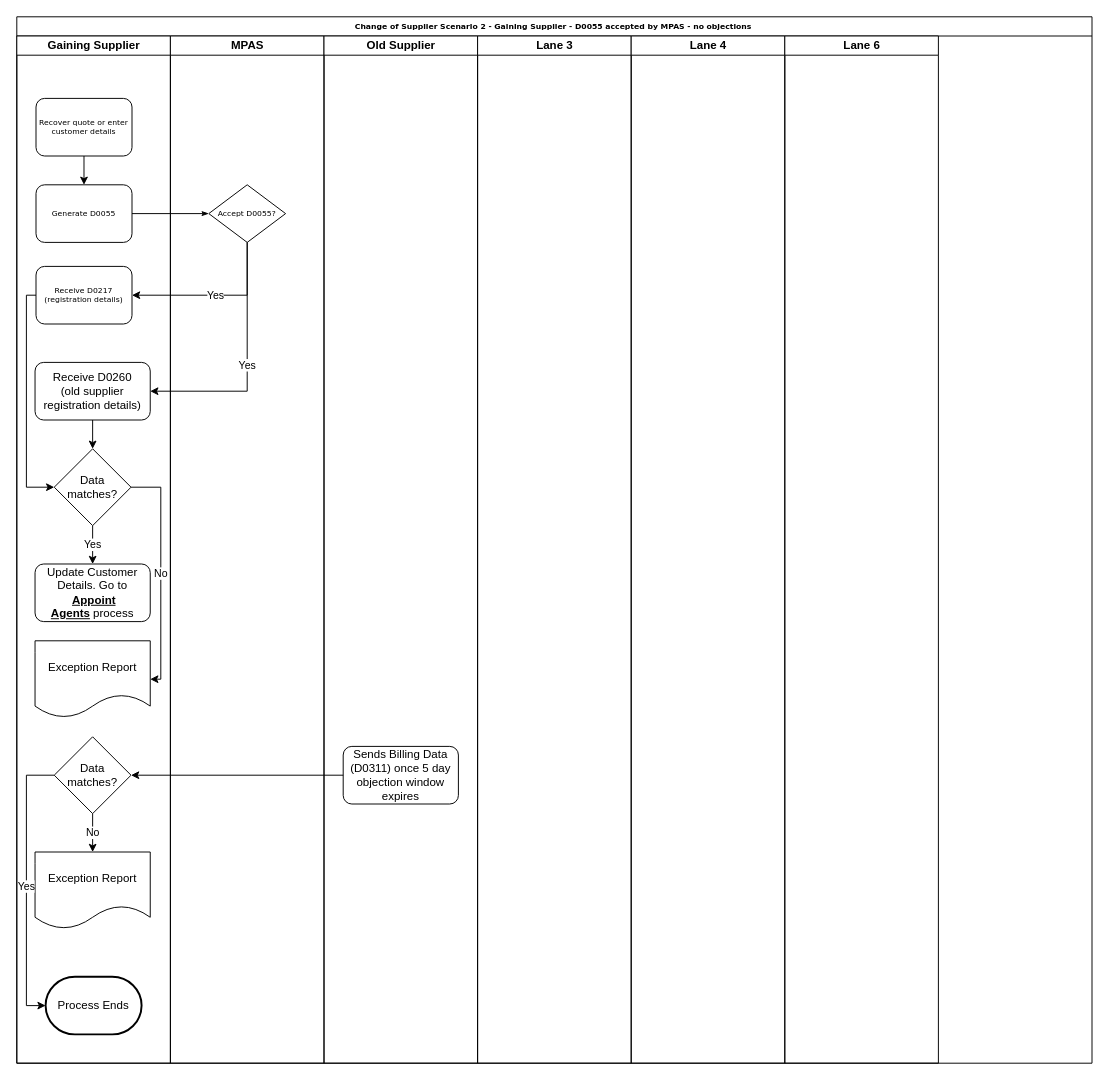
Above: Gaining Customer Electricity Scenario 2.drawio in andykanu/energy-business-processes (draw.io), before the change. Source tidied: cells renumbered, new cells numbered last; positions are measured from the earlier drawing's top-left corner, leaving out a move shared by most shapes. Both pictures are drawn from the tidied source at 96%, with x=0, y=0 at pixel (16, 16).
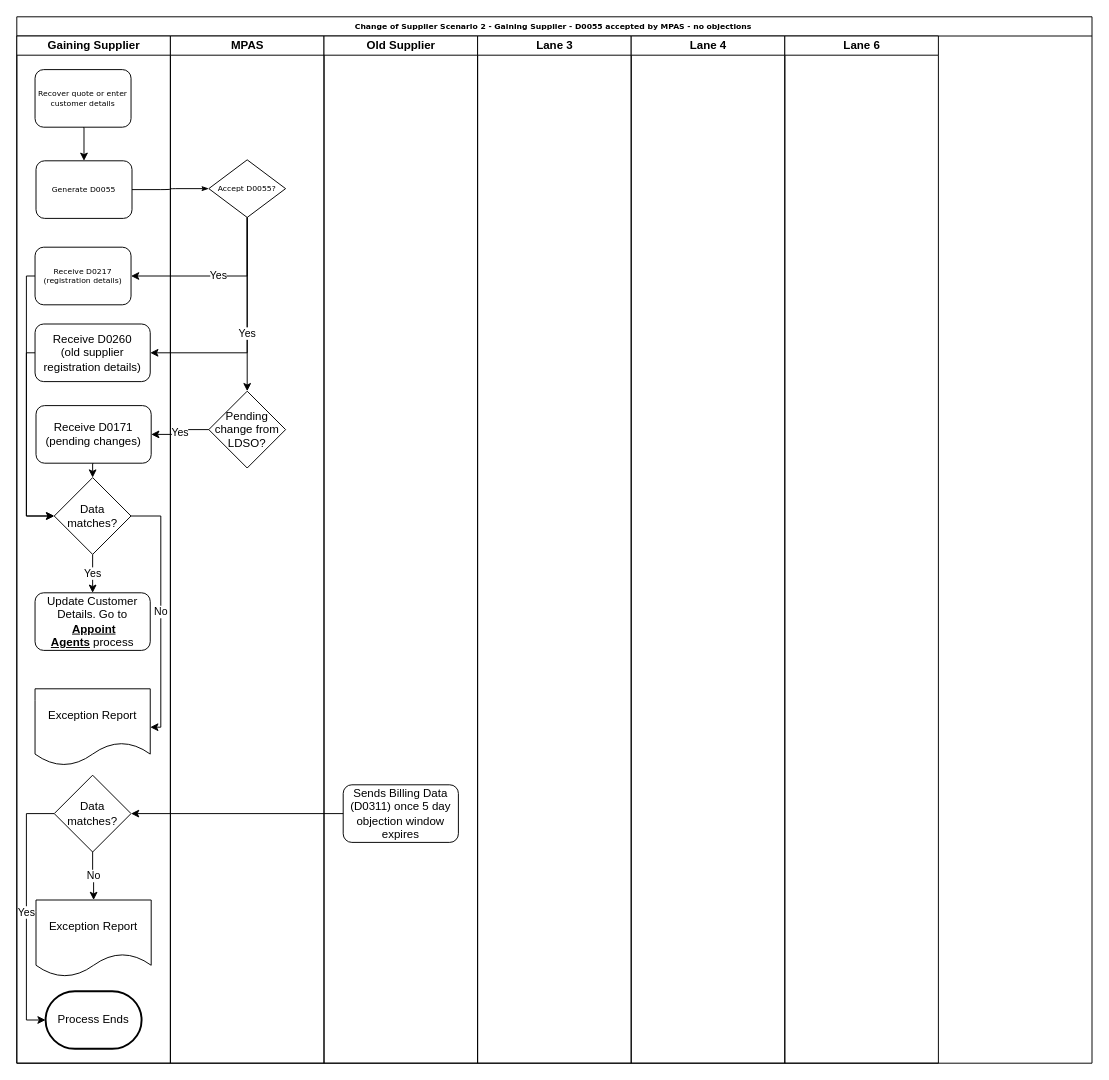
Above is the later version.

Unchanged cells that the change refers to:
```xml
<mxCell id="2" value="Change of Supplier Scenario 2 - Gaining Supplier - D0055 accepted by MPAS - no objections&amp;nbsp;" style="swimlane;html=1;startSize=20;rounded=0;shadow=0;labelBackgroundColor=none;strokeColor=#000000;strokeWidth=1;fillColor=#ffffff;fontFamily=Verdana;fontSize=8;fontColor=#000000;align=center;" parent="1" vertex="1">
  <mxGeometry width="1120" height="1090" as="geometry" />
</mxCell>
<mxCell id="3" value="Gaining Supplier" style="swimlane;html=1;startSize=20;" parent="2" vertex="1">
  <mxGeometry y="20" width="160" height="1070" as="geometry" />
</mxCell>
<mxCell id="22" value="MPAS" style="swimlane;html=1;startSize=20;" parent="2" vertex="1">
  <mxGeometry x="160" y="20" width="160" height="1070" as="geometry" />
</mxCell>
<mxCell id="24" value="Old Supplier" style="swimlane;html=1;startSize=20;" parent="2" vertex="1">
  <mxGeometry x="320" y="20" width="160" height="1070" as="geometry" />
</mxCell>
```

Change to the diagram source:
```diff
@@
     <mxCell id="5" value="Recover quote or enter customer details" style="rounded=1;whiteSpace=wrap;html=1;shadow=0;labelBackgroundColor=none;strokeColor=#000000;strokeWidth=1;fillColor=#ffffff;fontFamily=Verdana;fontSize=8;fontColor=#000000;align=center;" parent="3" vertex="1">
-      <mxGeometry x="20" y="65" width="100" height="60" as="geometry" />
+      <mxGeometry x="19" y="35" width="100" height="60" as="geometry" />
     </mxCell>
     <mxCell id="6" value="Generate D0055" style="rounded=1;whiteSpace=wrap;html=1;shadow=0;labelBackgroundColor=none;strokeColor=#000000;strokeWidth=1;fillColor=#ffffff;fontFamily=Verdana;fontSize=8;fontColor=#000000;align=center;" parent="3" vertex="1">
-      <mxGeometry x="20" y="155" width="100" height="60" as="geometry" />
+      <mxGeometry x="20" y="130" width="100" height="60" as="geometry" />
     </mxCell>
     <mxCell id="7" style="edgeStyle=orthogonalEdgeStyle;rounded=0;jettySize=auto;html=1;exitX=0;exitY=0.5;exitDx=0;exitDy=0;entryX=0;entryY=0.5;entryDx=0;entryDy=0;" parent="3" edge="1" source="8" target="13">
       <mxGeometry relative="1" as="geometry">
         <Array as="points">
-          <mxPoint x="10" y="270" />
-          <mxPoint x="10" y="470" />
+          <mxPoint x="10" y="250" />
+          <mxPoint x="10" y="500" />
         </Array>
       </mxGeometry>
     </mxCell>
     <mxCell id="8" value="Receive D0217 (registration details)" style="rounded=1;whiteSpace=wrap;html=1;shadow=0;labelBackgroundColor=none;strokeColor=#000000;strokeWidth=1;fillColor=#ffffff;fontFamily=Verdana;fontSize=8;fontColor=#000000;align=center;" parent="3" vertex="1">
-      <mxGeometry x="20" y="240" width="100" height="60" as="geometry" />
+      <mxGeometry x="19" y="220" width="100" height="60" as="geometry" />
     </mxCell>
-    <mxCell id="9" style="edgeStyle=orthogonalEdgeStyle;rounded=0;jettySize=auto;html=1;exitX=0.5;exitY=1;exitDx=0;exitDy=0;entryX=0.5;entryY=0;entryDx=0;entryDy=0;" parent="3" edge="1" source="10" target="13">
-      <mxGeometry relative="1" as="geometry" />
+    <mxCell id="9" style="edgeStyle=orthogonalEdgeStyle;rounded=0;jettySize=auto;html=1;exitX=0;exitY=0.5;exitDx=0;exitDy=0;entryX=0;entryY=0.5;entryDx=0;entryDy=0;" parent="3" edge="1" source="10" target="13">
+      <mxGeometry relative="1" as="geometry">
+        <Array as="points">
+          <mxPoint x="10" y="500" />
+        </Array>
+      </mxGeometry>
     </mxCell>
     <mxCell id="10" value="Receive D0260&lt;br&gt;(old supplier registration details)&lt;br&gt;" style="rounded=1;whiteSpace=wrap;html=1;" parent="3" vertex="1">
-      <mxGeometry x="19" y="340" width="120" height="60" as="geometry" />
+      <mxGeometry x="19" y="300" width="120" height="60" as="geometry" />
     </mxCell>
@@
     <mxCell id="12" value="No" style="edgeStyle=orthogonalEdgeStyle;rounded=0;jettySize=auto;html=1;exitX=1;exitY=0.5;exitDx=0;exitDy=0;entryX=1;entryY=0.5;entryDx=0;entryDy=0;" parent="3" edge="1" source="13" target="15">
       <mxGeometry relative="1" as="geometry">
         <Array as="points">
-          <mxPoint x="150" y="470" />
-          <mxPoint x="150" y="670" />
+          <mxPoint x="150" y="500" />
+          <mxPoint x="150" y="720" />
         </Array>
       </mxGeometry>
     </mxCell>
     <mxCell id="13" value="Data matches?" style="rhombus;whiteSpace=wrap;html=1;" parent="3" vertex="1">
-      <mxGeometry x="39" y="430" width="80" height="80" as="geometry" />
+      <mxGeometry x="39" y="460" width="80" height="80" as="geometry" />
     </mxCell>
     <mxCell id="14" value="Update Customer Details. Go to &amp;nbsp;&lt;b&gt;&lt;u&gt;Appoint Agents&lt;/u&gt;&lt;/b&gt;&amp;nbsp;process" style="rounded=1;whiteSpace=wrap;html=1;" parent="3" vertex="1">
-      <mxGeometry x="19" y="550" width="120" height="60" as="geometry" />
+      <mxGeometry x="19" y="580" width="120" height="60" as="geometry" />
     </mxCell>
     <mxCell id="15" value="Exception Report" style="shape=document;whiteSpace=wrap;html=1;boundedLbl=1;" parent="3" vertex="1">
-      <mxGeometry x="19" y="630" width="120" height="80" as="geometry" />
+      <mxGeometry x="19" y="680" width="120" height="80" as="geometry" />
     </mxCell>
     <mxCell id="16" value="Exception Report" style="shape=document;whiteSpace=wrap;html=1;boundedLbl=1;" parent="3" vertex="1">
-      <mxGeometry x="19" y="850" width="120" height="80" as="geometry" />
+      <mxGeometry x="20" y="900" width="120" height="80" as="geometry" />
     </mxCell>
@@
     <mxCell id="18" value="Yes" style="edgeStyle=orthogonalEdgeStyle;rounded=0;jettySize=auto;html=1;exitX=0;exitY=0.5;exitDx=0;exitDy=0;entryX=0;entryY=0.5;entryDx=0;entryDy=0;entryPerimeter=0;" parent="3" edge="1" source="19" target="21">
       <mxGeometry relative="1" as="geometry">
         <Array as="points">
-          <mxPoint x="10" y="770" />
-          <mxPoint x="10" y="1010" />
+          <mxPoint x="10" y="810" />
+          <mxPoint x="10" y="1025" />
         </Array>
       </mxGeometry>
     </mxCell>
     <mxCell id="19" value="Data matches?" style="rhombus;whiteSpace=wrap;html=1;" parent="3" vertex="1">
-      <mxGeometry x="39" y="730" width="80" height="80" as="geometry" />
+      <mxGeometry x="39" y="770" width="80" height="80" as="geometry" />
     </mxCell>
@@
     <mxCell id="21" value="Process Ends" style="strokeWidth=2;html=1;shape=mxgraph.flowchart.terminator;whiteSpace=wrap;" parent="3" vertex="1">
-      <mxGeometry x="30" y="980" width="100" height="60" as="geometry" />
+      <mxGeometry x="30" y="995" width="100" height="60" as="geometry" />
     </mxCell>
+    <mxCell id="33" style="edgeStyle=orthogonalEdgeStyle;rounded=0;jettySize=auto;html=1;exitX=0.5;exitY=1;exitDx=0;exitDy=0;entryX=0.5;entryY=0;entryDx=0;entryDy=0;" parent="3" edge="1" source="34" target="13">
+      <mxGeometry relative="1" as="geometry" />
+    </mxCell>
+    <mxCell id="34" value="Receive D0171&lt;br&gt;(pending changes)" style="rounded=1;whiteSpace=wrap;html=1;" parent="3" vertex="1">
+      <mxGeometry x="20" y="385" width="120" height="60" as="geometry" />
+    </mxCell>
@@
+    <mxCell id="35" style="edgeStyle=orthogonalEdgeStyle;rounded=0;jettySize=auto;html=1;exitX=0.5;exitY=1;exitDx=0;exitDy=0;entryX=0.5;entryY=0;entryDx=0;entryDy=0;" parent="22" edge="1" source="23" target="36">
+      <mxGeometry relative="1" as="geometry" />
+    </mxCell>
     <mxCell id="23" value="Accept D0055?" style="rhombus;whiteSpace=wrap;html=1;rounded=0;shadow=0;labelBackgroundColor=none;strokeColor=#000000;strokeWidth=1;fillColor=#ffffff;fontFamily=Verdana;fontSize=8;fontColor=#000000;align=center;" parent="22" vertex="1">
-      <mxGeometry x="40" y="155" width="80" height="60" as="geometry" />
+      <mxGeometry x="40" y="129" width="80" height="60" as="geometry" />
     </mxCell>
+    <mxCell id="36" value="Pending change from LDSO?" style="rhombus;whiteSpace=wrap;html=1;" parent="22" vertex="1">
+      <mxGeometry x="40" y="370" width="80" height="80" as="geometry" />
+    </mxCell>
@@
     <mxCell id="25" value="Sends Billing Data (D0311) once 5 day objection window expires" style="rounded=1;whiteSpace=wrap;html=1;" parent="24" vertex="1">
-      <mxGeometry x="20" y="740" width="120" height="60" as="geometry" />
+      <mxGeometry x="20" y="780" width="120" height="60" as="geometry" />
     </mxCell>
@@
+    <mxCell id="37" value="Yes" style="edgeStyle=orthogonalEdgeStyle;rounded=0;jettySize=auto;html=1;entryX=1;entryY=0.5;entryDx=0;entryDy=0;" parent="2" edge="1" source="36" target="34">
+      <mxGeometry relative="1" as="geometry" />
+    </mxCell>
```
